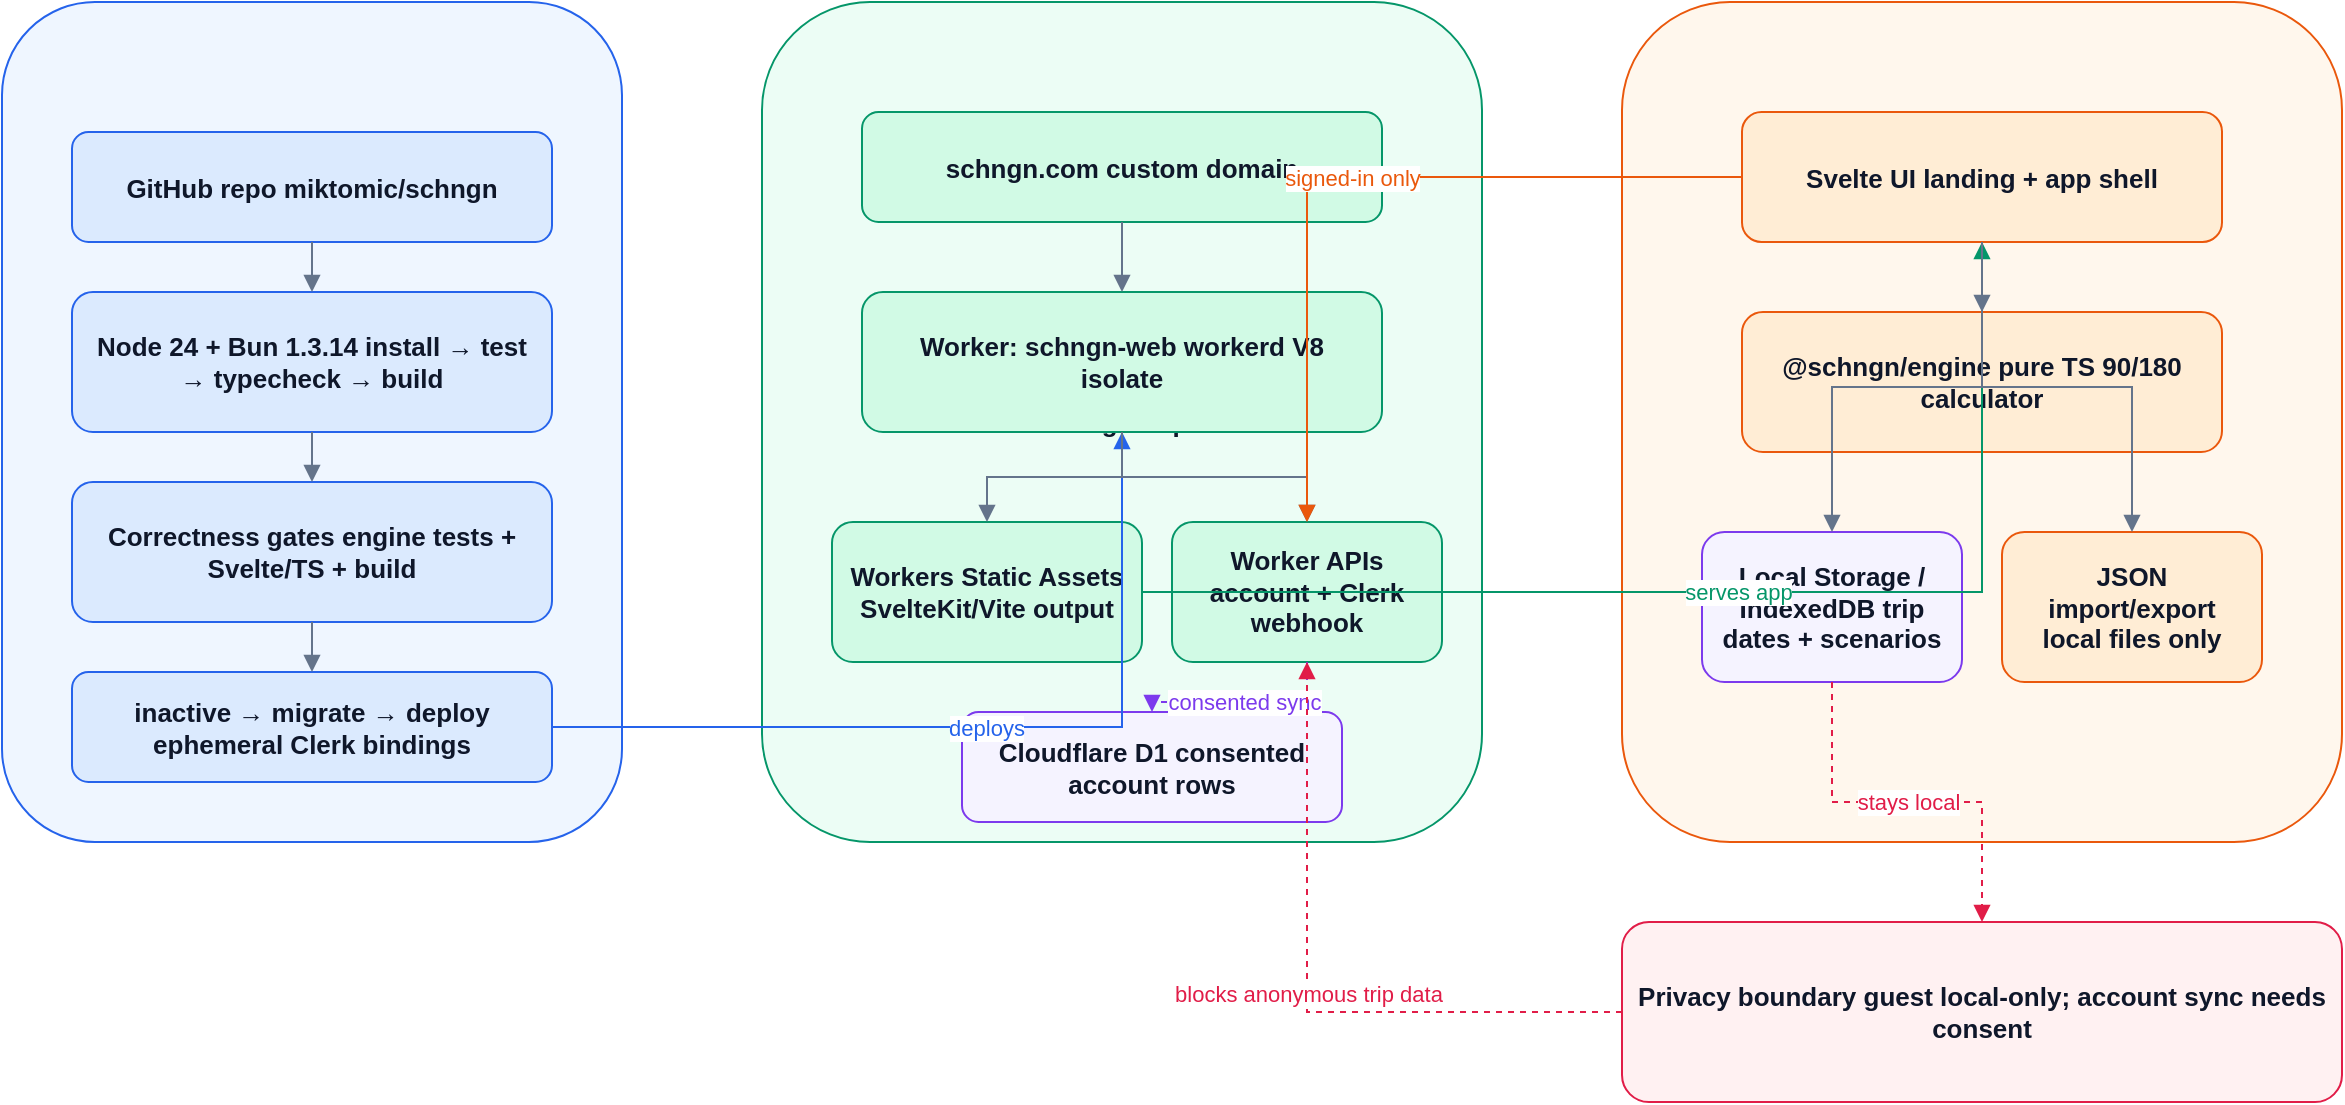
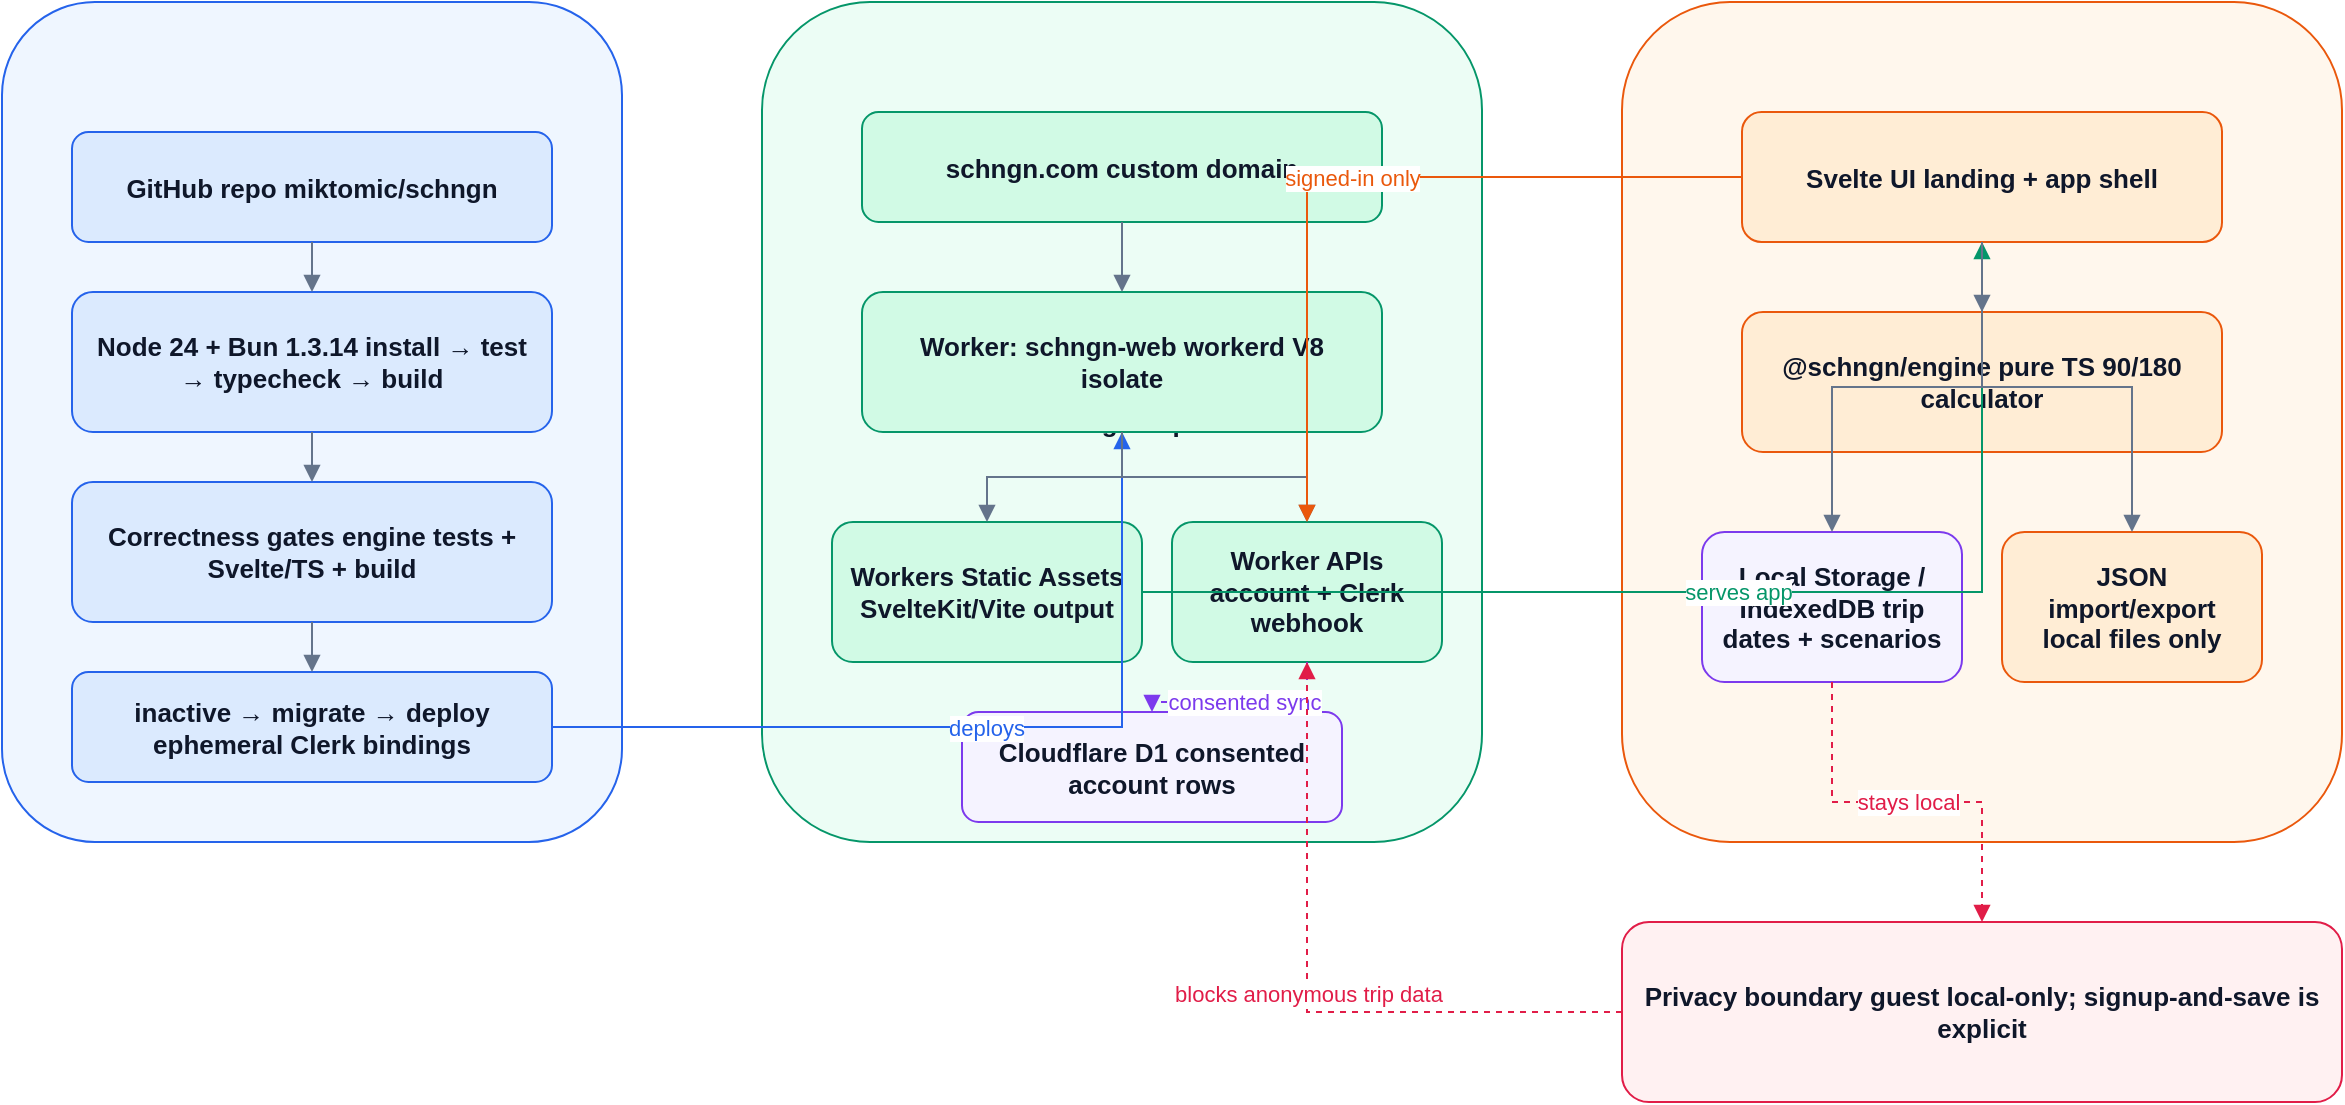
<mxfile host="app.diagrams.net" modified="2026-07-08T22:28:15.537029+00:00" agent="Hermes" version="24.7.17">
  <diagram id="schngn-app-architecture" name="SCHNGN App Architecture">
    <mxGraphModel dx="1260" dy="720" grid="1" gridSize="10" guides="1" tooltips="1" connect="1" arrows="1" fold="1" page="1" pageScale="1" pageWidth="1260" pageHeight="660" math="0" shadow="0">
      <root>
        <mxCell id="0" />
        <mxCell id="1" parent="0" />
    <mxCell id="ci" value="CI/CD — GitHub Actions" style="rounded=1;whiteSpace=wrap;html=1;fillColor=#eff6ff;strokeColor=#2563eb;fontColor=#0f172a;fontSize=13;fontStyle=1;spacing=8;" vertex="1" parent="1">
      <mxGeometry x="40" y="40" width="310" height="420" as="geometry" />
    </mxCell>
    <mxCell id="cf" value="Cloudflare edge — production" style="rounded=1;whiteSpace=wrap;html=1;fillColor=#ecfdf5;strokeColor=#059669;fontColor=#0f172a;fontSize=13;fontStyle=1;spacing=8;" vertex="1" parent="1">
      <mxGeometry x="420" y="40" width="360" height="420" as="geometry" />
    </mxCell>
    <mxCell id="browser" value="Traveler browser / PWA" style="rounded=1;whiteSpace=wrap;html=1;fillColor=#fff7ed;strokeColor=#ea580c;fontColor=#0f172a;fontSize=13;fontStyle=1;spacing=8;" vertex="1" parent="1">
      <mxGeometry x="850" y="40" width="360" height="420" as="geometry" />
    </mxCell>
    <mxCell id="privacy" value="Privacy boundary
- guest local-only; account sync needs consent" style="rounded=1;whiteSpace=wrap;html=1;fillColor=#fff1f2;strokeColor=#e11d48;fontColor=#0f172a;fontSize=13;fontStyle=1;spacing=8;" vertex="1" parent="1">
+ guest local-only; signup-and-save is explicit" style="rounded=1;whiteSpace=wrap;html=1;fillColor=#fff1f2;strokeColor=#e11d48;fontColor=#0f172a;fontSize=13;fontStyle=1;spacing=8;" vertex="1" parent="1">
      <mxGeometry x="850" y="500" width="360" height="90" as="geometry" />
    </mxCell>
    <mxCell id="repo" value="GitHub repo
miktomic/schngn" style="rounded=1;whiteSpace=wrap;html=1;fillColor=#dbeafe;strokeColor=#2563eb;fontColor=#0f172a;fontSize=13;fontStyle=1;spacing=8;" vertex="1" parent="1">
      <mxGeometry x="75" y="105" width="240" height="55" as="geometry" />
    </mxCell>
    <mxCell id="toolchain" value="Node 24 + Bun 1.3.14
install → test → typecheck → build" style="rounded=1;whiteSpace=wrap;html=1;fillColor=#dbeafe;strokeColor=#2563eb;fontColor=#0f172a;fontSize=13;fontStyle=1;spacing=8;" vertex="1" parent="1">
      <mxGeometry x="75" y="185" width="240" height="70" as="geometry" />
    </mxCell>
    <mxCell id="gates" value="Correctness gates
engine tests + Svelte/TS + build" style="rounded=1;whiteSpace=wrap;html=1;fillColor=#dbeafe;strokeColor=#2563eb;fontColor=#0f172a;fontSize=13;fontStyle=1;spacing=8;" vertex="1" parent="1">
      <mxGeometry x="75" y="280" width="240" height="70" as="geometry" />
    </mxCell>
    <mxCell id="deploy" value="inactive → migrate → deploy
ephemeral Clerk bindings" style="rounded=1;whiteSpace=wrap;html=1;fillColor=#dbeafe;strokeColor=#2563eb;fontColor=#0f172a;fontSize=13;fontStyle=1;spacing=8;" vertex="1" parent="1">
      <mxGeometry x="75" y="375" width="240" height="55" as="geometry" />
    </mxCell>
    <mxCell id="domain" value="schngn.com
custom domain" style="rounded=1;whiteSpace=wrap;html=1;fillColor=#d1fae5;strokeColor=#059669;fontColor=#0f172a;fontSize=13;fontStyle=1;spacing=8;" vertex="1" parent="1">
      <mxGeometry x="470" y="95" width="260" height="55" as="geometry" />
    </mxCell>
    <mxCell id="worker" value="Worker: schngn-web
workerd V8 isolate" style="rounded=1;whiteSpace=wrap;html=1;fillColor=#d1fae5;strokeColor=#059669;fontColor=#0f172a;fontSize=13;fontStyle=1;spacing=8;" vertex="1" parent="1">
      <mxGeometry x="470" y="185" width="260" height="70" as="geometry" />
    </mxCell>
    <mxCell id="assets" value="Workers Static Assets
SvelteKit/Vite output" style="rounded=1;whiteSpace=wrap;html=1;fillColor=#d1fae5;strokeColor=#059669;fontColor=#0f172a;fontSize=13;fontStyle=1;spacing=8;" vertex="1" parent="1">
      <mxGeometry x="455" y="300" width="155" height="70" as="geometry" />
    </mxCell>
    <mxCell id="accountApi" value="Worker APIs
account + Clerk webhook" style="rounded=1;whiteSpace=wrap;html=1;fillColor=#d1fae5;strokeColor=#059669;fontColor=#0f172a;fontSize=13;fontStyle=1;spacing=8;" vertex="1" parent="1">
      <mxGeometry x="625" y="300" width="135" height="70" as="geometry" />
    </mxCell>
    <mxCell id="store" value="Cloudflare D1
consented account rows" style="rounded=1;whiteSpace=wrap;html=1;fillColor=#f5f3ff;strokeColor=#7c3aed;fontColor=#0f172a;fontSize=13;fontStyle=1;spacing=8;" vertex="1" parent="1">
      <mxGeometry x="520" y="395" width="190" height="55" as="geometry" />
    </mxCell>
    <mxCell id="ui" value="Svelte UI
landing + app shell" style="rounded=1;whiteSpace=wrap;html=1;fillColor=#ffedd5;strokeColor=#ea580c;fontColor=#0f172a;fontSize=13;fontStyle=1;spacing=8;" vertex="1" parent="1">
      <mxGeometry x="910" y="95" width="240" height="65" as="geometry" />
    </mxCell>
    <mxCell id="engine" value="@schngn/engine
pure TS 90/180 calculator" style="rounded=1;whiteSpace=wrap;html=1;fillColor=#ffedd5;strokeColor=#ea580c;fontColor=#0f172a;fontSize=13;fontStyle=1;spacing=8;" vertex="1" parent="1">
      <mxGeometry x="910" y="195" width="240" height="70" as="geometry" />
    </mxCell>
    <mxCell id="local" value="Local Storage / IndexedDB
trip dates + scenarios" style="rounded=1;whiteSpace=wrap;html=1;fillColor=#f5f3ff;strokeColor=#7c3aed;fontColor=#0f172a;fontSize=13;fontStyle=1;spacing=8;" vertex="1" parent="1">
      <mxGeometry x="890" y="305" width="130" height="75" as="geometry" />
    </mxCell>
    <mxCell id="export" value="JSON import/export
local files only" style="rounded=1;whiteSpace=wrap;html=1;fillColor=#ffedd5;strokeColor=#ea580c;fontColor=#0f172a;fontSize=13;fontStyle=1;spacing=8;" vertex="1" parent="1">
      <mxGeometry x="1040" y="305" width="130" height="75" as="geometry" />
    </mxCell>
    <mxCell id="e1" value="" style="edgeStyle=orthogonalEdgeStyle;rounded=0;orthogonalLoop=1;jettySize=auto;html=1;endArrow=block;endFill=1;strokeColor=#64748b;fontColor=#64748b;fontSize=11;" edge="1" parent="1" source="repo" target="toolchain">
      <mxGeometry relative="1" as="geometry" />
    </mxCell>
    <mxCell id="e2" value="" style="edgeStyle=orthogonalEdgeStyle;rounded=0;orthogonalLoop=1;jettySize=auto;html=1;endArrow=block;endFill=1;strokeColor=#64748b;fontColor=#64748b;fontSize=11;" edge="1" parent="1" source="toolchain" target="gates">
      <mxGeometry relative="1" as="geometry" />
    </mxCell>
    <mxCell id="e3" value="" style="edgeStyle=orthogonalEdgeStyle;rounded=0;orthogonalLoop=1;jettySize=auto;html=1;endArrow=block;endFill=1;strokeColor=#64748b;fontColor=#64748b;fontSize=11;" edge="1" parent="1" source="gates" target="deploy">
      <mxGeometry relative="1" as="geometry" />
    </mxCell>
    <mxCell id="e4" value="deploys" style="edgeStyle=orthogonalEdgeStyle;rounded=0;orthogonalLoop=1;jettySize=auto;html=1;endArrow=block;endFill=1;strokeColor=#2563eb;fontColor=#2563eb;fontSize=11;" edge="1" parent="1" source="deploy" target="worker">
      <mxGeometry relative="1" as="geometry" />
    </mxCell>
    <mxCell id="e5" value="" style="edgeStyle=orthogonalEdgeStyle;rounded=0;orthogonalLoop=1;jettySize=auto;html=1;endArrow=block;endFill=1;strokeColor=#64748b;fontColor=#64748b;fontSize=11;" edge="1" parent="1" source="domain" target="worker">
      <mxGeometry relative="1" as="geometry" />
    </mxCell>
    <mxCell id="e6" value="" style="edgeStyle=orthogonalEdgeStyle;rounded=0;orthogonalLoop=1;jettySize=auto;html=1;endArrow=block;endFill=1;strokeColor=#64748b;fontColor=#64748b;fontSize=11;" edge="1" parent="1" source="worker" target="assets">
      <mxGeometry relative="1" as="geometry" />
    </mxCell>
    <mxCell id="e7" value="" style="edgeStyle=orthogonalEdgeStyle;rounded=0;orthogonalLoop=1;jettySize=auto;html=1;endArrow=block;endFill=1;strokeColor=#64748b;fontColor=#64748b;fontSize=11;" edge="1" parent="1" source="worker" target="accountApi">
      <mxGeometry relative="1" as="geometry" />
    </mxCell>
    <mxCell id="e8" value="consented sync" style="edgeStyle=orthogonalEdgeStyle;rounded=0;orthogonalLoop=1;jettySize=auto;html=1;endArrow=block;endFill=1;strokeColor=#7c3aed;fontColor=#7c3aed;fontSize=11;dashed=1;" edge="1" parent="1" source="accountApi" target="store">
      <mxGeometry relative="1" as="geometry" />
    </mxCell>
    <mxCell id="e9" value="serves app" style="edgeStyle=orthogonalEdgeStyle;rounded=0;orthogonalLoop=1;jettySize=auto;html=1;endArrow=block;endFill=1;strokeColor=#059669;fontColor=#059669;fontSize=11;" edge="1" parent="1" source="assets" target="ui">
      <mxGeometry relative="1" as="geometry" />
    </mxCell>
    <mxCell id="e10" value="" style="edgeStyle=orthogonalEdgeStyle;rounded=0;orthogonalLoop=1;jettySize=auto;html=1;endArrow=block;endFill=1;strokeColor=#64748b;fontColor=#64748b;fontSize=11;" edge="1" parent="1" source="ui" target="engine">
      <mxGeometry relative="1" as="geometry" />
    </mxCell>
    <mxCell id="e11" value="" style="edgeStyle=orthogonalEdgeStyle;rounded=0;orthogonalLoop=1;jettySize=auto;html=1;endArrow=block;endFill=1;strokeColor=#64748b;fontColor=#64748b;fontSize=11;" edge="1" parent="1" source="ui" target="local">
      <mxGeometry relative="1" as="geometry" />
    </mxCell>
    <mxCell id="e12" value="" style="edgeStyle=orthogonalEdgeStyle;rounded=0;orthogonalLoop=1;jettySize=auto;html=1;endArrow=block;endFill=1;strokeColor=#64748b;fontColor=#64748b;fontSize=11;" edge="1" parent="1" source="ui" target="export">
      <mxGeometry relative="1" as="geometry" />
    </mxCell>
    <mxCell id="e13" value="signed-in only" style="edgeStyle=orthogonalEdgeStyle;rounded=0;orthogonalLoop=1;jettySize=auto;html=1;endArrow=block;endFill=1;strokeColor=#ea580c;fontColor=#ea580c;fontSize=11;" edge="1" parent="1" source="ui" target="accountApi">
      <mxGeometry relative="1" as="geometry" />
    </mxCell>
    <mxCell id="e14" value="stays local" style="edgeStyle=orthogonalEdgeStyle;rounded=0;orthogonalLoop=1;jettySize=auto;html=1;endArrow=block;endFill=1;strokeColor=#e11d48;fontColor=#e11d48;fontSize=11;dashed=1;" edge="1" parent="1" source="local" target="privacy">
      <mxGeometry relative="1" as="geometry" />
    </mxCell>
    <mxCell id="e15" value="blocks anonymous trip data" style="edgeStyle=orthogonalEdgeStyle;rounded=0;orthogonalLoop=1;jettySize=auto;html=1;endArrow=block;endFill=1;strokeColor=#e11d48;fontColor=#e11d48;fontSize=11;dashed=1;" edge="1" parent="1" source="privacy" target="accountApi">
      <mxGeometry relative="1" as="geometry" />
    </mxCell>
      </root>
    </mxGraphModel>
  </diagram>
</mxfile>
